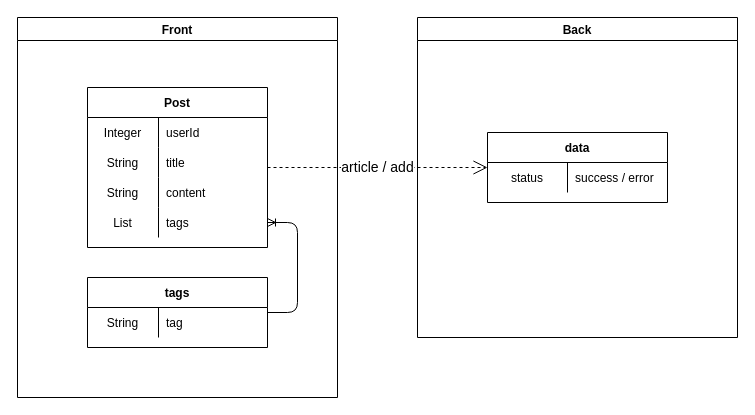
The draw.io diagram page "記事投稿機能" (11 of 16) of Designs/基本設計.drawio in yusuke-rakus/Qiish, before the edit. Source tidied: cells renumbered, new cells numbered last; positions are measured from the earlier drawing's top-left corner, leaving out a move shared by most shapes. Both pictures are drawn from the tidied source at 100%, with x=0, y=0 at pixel (17, 17).
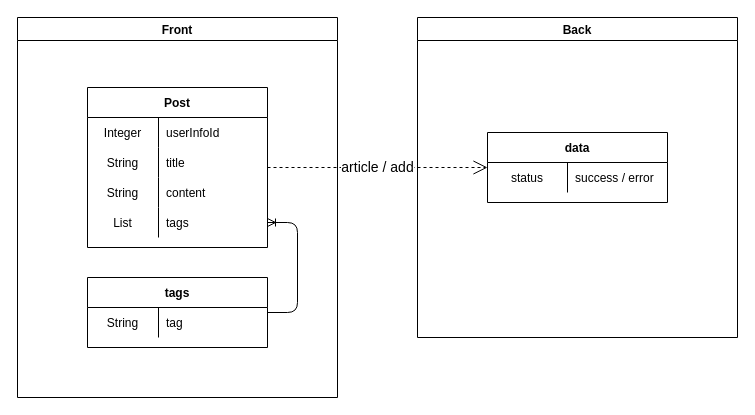
The same diagram, later.

The change refers to these unchanged cells:
```xml
<mxCell id="4" style="shape=partialRectangle;fillColor=none;top=0;left=0;bottom=0;right=0;" parent="3" vertex="1">
  <mxGeometry y="30" width="180" height="30" as="geometry" />
</mxCell>
```

Change to the diagram source:
```diff
@@
-    <mxCell id="6" value="userId" style="shape=partialRectangle;fillColor=none;top=0;left=0;bottom=0;right=0;align=left;spacingLeft=6;overflow=hidden;" parent="4" vertex="1">
+    <mxCell id="6" value="userInfoId" style="shape=partialRectangle;fillColor=none;top=0;left=0;bottom=0;right=0;align=left;spacingLeft=6;overflow=hidden;" parent="4" vertex="1">
       <mxGeometry x="71" width="109" height="30" as="geometry" />
     </mxCell>
```
